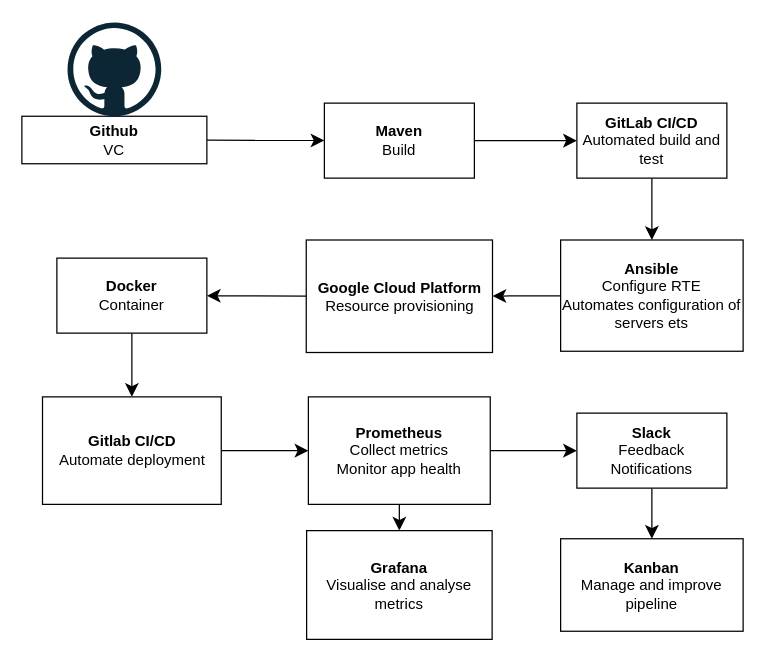
Before: flow_diagram.drawio in EmoSense/OpsPaws, a draw.io diagram. Source tidied: cells renumbered, new cells numbered last; positions are measured from the earlier drawing's top-left corner, leaving out a move shared by most shapes. Both pictures are drawn from the tidied source at 125%, with x=0, y=0 at pixel (21, 21).
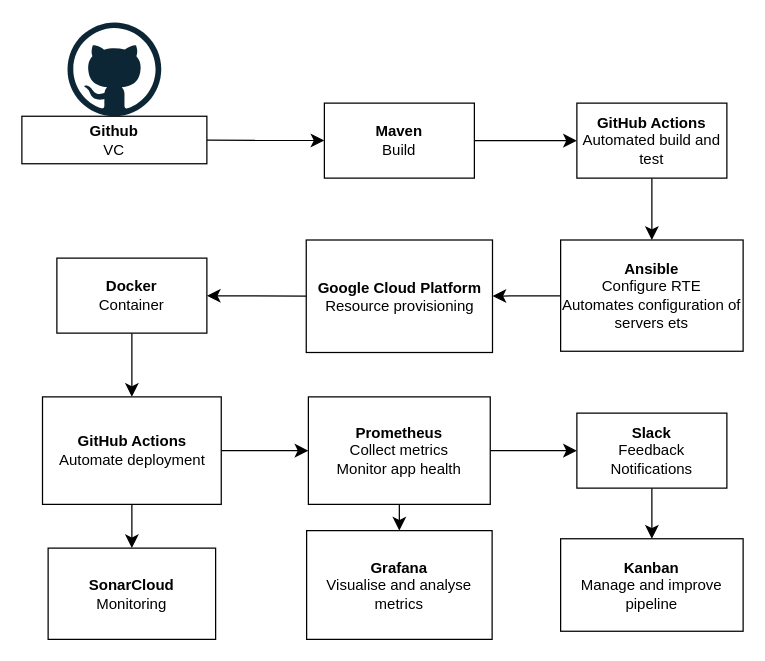
The same diagram, later.

Diff of the diagram source:
```diff
@@
-    <mxCell id="7" value="&lt;b&gt;GitLab CI/CD&lt;/b&gt;&lt;div&gt;Automated build and test&lt;/div&gt;" style="rounded=0;whiteSpace=wrap;html=1;" parent="1" vertex="1">
+    <mxCell id="7" value="&lt;b&gt;GitHub Actions&lt;/b&gt;&lt;div&gt;Automated build and test&lt;/div&gt;" style="rounded=0;whiteSpace=wrap;html=1;" parent="1" vertex="1">
       <mxGeometry x="444" y="65" width="120" height="60" as="geometry" />
     </mxCell>
@@
+    <mxCell id="25" style="edgeStyle=none;curved=1;rounded=0;jettySize=auto;html=1;fontSize=12;startSize=8;endSize=8;" parent="1" edge="1" source="15" target="26">
+      <mxGeometry relative="1" as="geometry" />
+    </mxCell>
-    <mxCell id="15" value="&lt;b&gt;Gitlab CI/CD&lt;/b&gt;&lt;div&gt;Automate deployment&lt;/div&gt;" style="rounded=0;whiteSpace=wrap;html=1;" parent="1" vertex="1">
+    <mxCell id="15" value="&lt;b&gt;GitHub Actions&lt;/b&gt;&lt;br&gt;&lt;div&gt;Automate deployment&lt;/div&gt;" style="rounded=0;whiteSpace=wrap;html=1;" parent="1" vertex="1">
       <mxGeometry x="16.5" y="300" width="143" height="86" as="geometry" />
     </mxCell>
@@
+    <mxCell id="26" value="&lt;b&gt;SonarCloud&lt;/b&gt;&lt;div&gt;Monitoring&lt;/div&gt;" style="whiteSpace=wrap;html=1;rounded=0;" parent="1" vertex="1">
+      <mxGeometry x="21" y="421" width="134" height="73" as="geometry" />
+    </mxCell>
```
